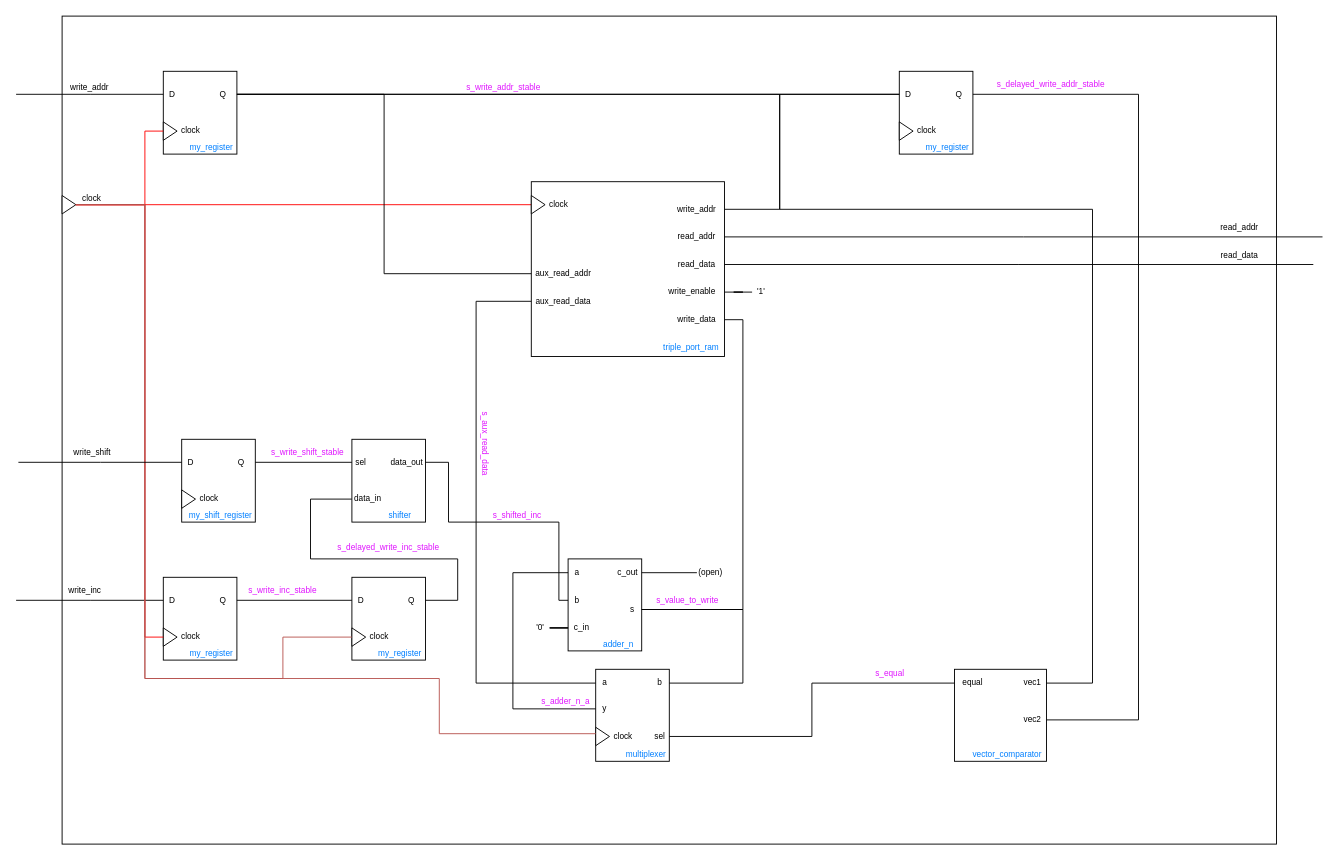
Above: diagrams/accumulator_pipeline.drawio in gabrielcosta99/AAD10-project2 (draw.io), before the change. Source tidied: cells renumbered, new cells numbered last; positions are measured from the earlier drawing's top-left corner, leaving out a move shared by most shapes. Both pictures are drawn from the tidied source at 92%, with x=0, y=0 at pixel (16, 16).
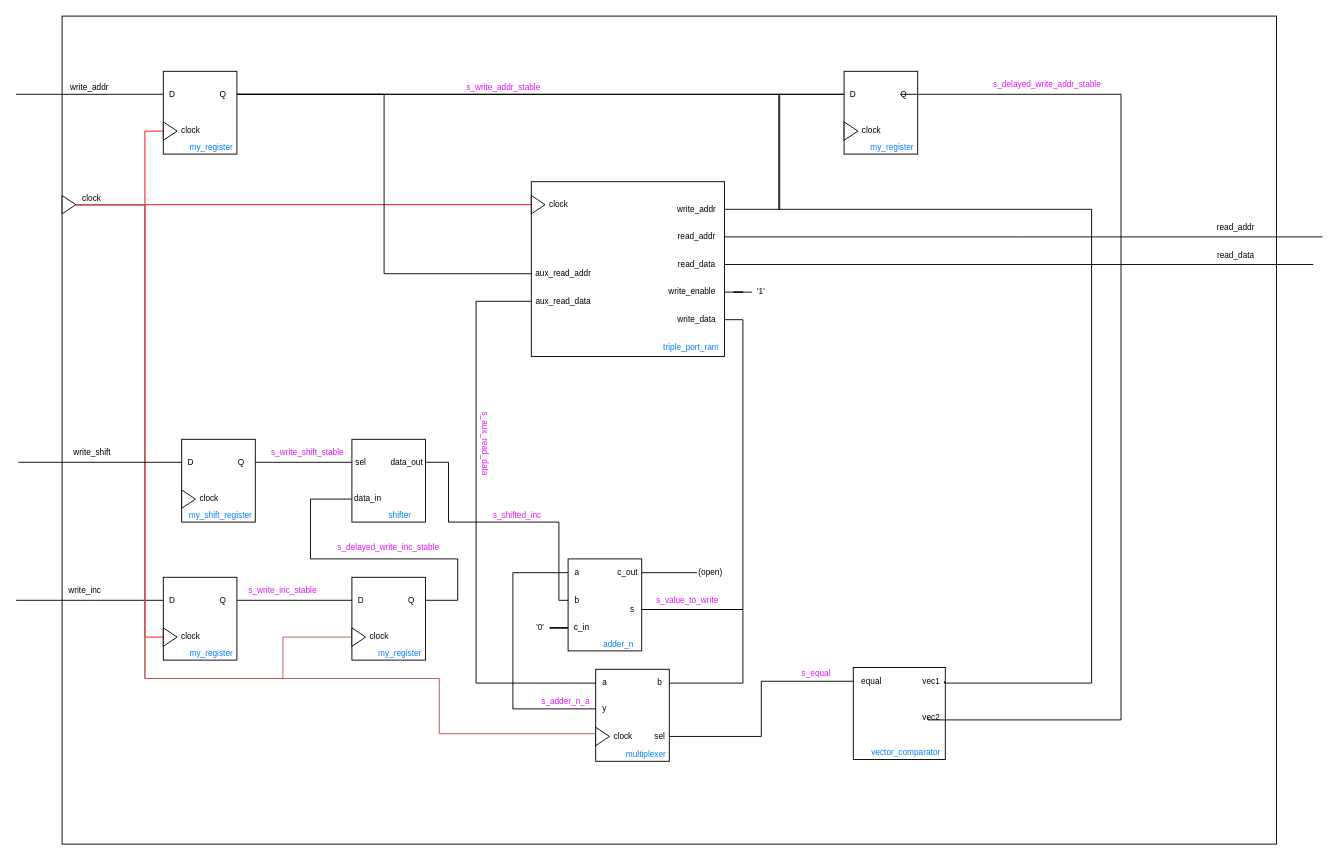
The same diagram, later.

The change refers to these unchanged cells:
```xml
<mxCell id="67" value="Q" style="text;html=1;align=center;verticalAlign=middle;whiteSpace=wrap;rounded=0;fontSize=9;" parent="65" vertex="1">
  <mxGeometry x="50" y="10" width="30" height="30" as="geometry" />
</mxCell>
<mxCell id="69" value="D" style="text;html=1;align=center;verticalAlign=middle;whiteSpace=wrap;rounded=0;fontSize=9;" parent="65" vertex="1">
  <mxGeometry y="10" width="20" height="30" as="geometry" />
</mxCell>
<mxCell id="75" value="vec1" style="text;html=1;align=center;verticalAlign=middle;whiteSpace=wrap;rounded=0;fontSize=9;" parent="73" vertex="1">
  <mxGeometry x="70" width="30" height="30" as="geometry" />
</mxCell>
<mxCell id="78" value="vec2" style="text;html=1;align=center;verticalAlign=middle;whiteSpace=wrap;rounded=0;fontSize=9;" parent="73" vertex="1">
  <mxGeometry x="70" y="40" width="30" height="30" as="geometry" />
</mxCell>
```

What changed in the source:
```diff
@@
     <mxCell id="38" value="read_addr" style="text;html=1;align=center;verticalAlign=middle;whiteSpace=wrap;rounded=0;fontSize=9;" parent="1" vertex="1">
-      <mxGeometry x="1300" y="215" width="60" height="30" as="geometry" />
+      <mxGeometry x="1296" y="215" width="60" height="30" as="geometry" />
     </mxCell>
     <mxCell id="39" value="read_data" style="text;html=1;align=center;verticalAlign=middle;whiteSpace=wrap;rounded=0;fontSize=9;" parent="1" vertex="1">
-      <mxGeometry x="1300" y="245" width="60" height="30" as="geometry" />
+      <mxGeometry x="1296" y="245" width="60" height="30" as="geometry" />
     </mxCell>
@@
     <mxCell id="65" style="group;" parent="1" vertex="1">
-      <mxGeometry x="960" y="60" width="80" height="98" as="geometry" />
+      <mxGeometry x="900" y="60" width="80" height="98" as="geometry" />
     </mxCell>
@@
     <mxCell id="73" style="group;" parent="1" vertex="1">
-      <mxGeometry x="1020" y="710" width="110" height="108" as="geometry" />
+      <mxGeometry x="910" y="708" width="110" height="108" as="geometry" />
     </mxCell>
@@
-    <mxCell id="82" style="edgeStyle=orthogonalEdgeStyle;rounded=0;jettySize=auto;html=1;entryX=1;entryY=0.5;entryDx=0;entryDy=0;endArrow=none;endFill=0;exitX=1;exitY=0.5;exitDx=0;exitDy=0;" parent="1" edge="1" source="67" target="78">
+    <mxCell id="82" style="edgeStyle=orthogonalEdgeStyle;rounded=0;orthogonalLoop=1;jettySize=auto;html=1;entryX=1;entryY=0.5;entryDx=0;entryDy=0;endArrow=none;endFill=0;exitX=1;exitY=0.5;exitDx=0;exitDy=0;" parent="1" edge="1">
       <mxGeometry relative="1" as="geometry">
+        <mxPoint x="961" y="85" as="sourcePoint" />
+        <mxPoint x="991" y="763" as="targetPoint" />
         <Array as="points">
-          <mxPoint x="1220" y="85" />
-          <mxPoint x="1220" y="765" />
+          <mxPoint x="1201" y="85" />
+          <mxPoint x="1201" y="765" />
         </Array>
       </mxGeometry>
     </mxCell>
-    <mxCell id="83" style="edgeStyle=orthogonalEdgeStyle;rounded=0;jettySize=auto;html=1;entryX=0;entryY=0.5;entryDx=0;entryDy=0;endArrow=none;endFill=0;exitX=1;exitY=0.5;exitDx=0;exitDy=0;" parent="1" edge="1" source="75" target="69">
+    <mxCell id="83" style="edgeStyle=orthogonalEdgeStyle;rounded=0;orthogonalLoop=1;jettySize=auto;html=1;entryX=0;entryY=0.5;entryDx=0;entryDy=0;endArrow=none;endFill=0;exitX=1;exitY=0.5;exitDx=0;exitDy=0;" parent="1" edge="1">
       <mxGeometry relative="1" as="geometry">
+        <mxPoint x="1009" y="723" as="sourcePoint" />
+        <mxPoint x="899" y="85" as="targetPoint" />
         <Array as="points">
-          <mxPoint x="1170" y="725" />
-          <mxPoint x="1170" y="210" />
-          <mxPoint x="830" y="210" />
-          <mxPoint x="830" y="85" />
+          <mxPoint x="1169" y="725" />
+          <mxPoint x="1169" y="210" />
+          <mxPoint x="829" y="210" />
+          <mxPoint x="829" y="85" />
         </Array>
       </mxGeometry>
     </mxCell>
@@
     <mxCell id="98" value="&lt;font color=&quot;#e014ff&quot;&gt;s_delayed_write_addr_stable&lt;/font&gt;" style="text;html=1;align=center;verticalAlign=middle;whiteSpace=wrap;rounded=0;fontSize=9;" parent="1" vertex="1">
-      <mxGeometry x="1060" y="60" width="130" height="30" as="geometry" />
+      <mxGeometry x="1056" y="60" width="130" height="30" as="geometry" />
     </mxCell>
@@
     <mxCell id="106" value="&lt;font color=&quot;#e014ff&quot;&gt;s_equal&lt;/font&gt;" style="text;html=1;align=center;verticalAlign=middle;whiteSpace=wrap;rounded=0;fontSize=9;" parent="1" vertex="1">
-      <mxGeometry x="920" y="700" width="60" height="30" as="geometry" />
+      <mxGeometry x="840" y="700" width="60" height="30" as="geometry" />
     </mxCell>
```
